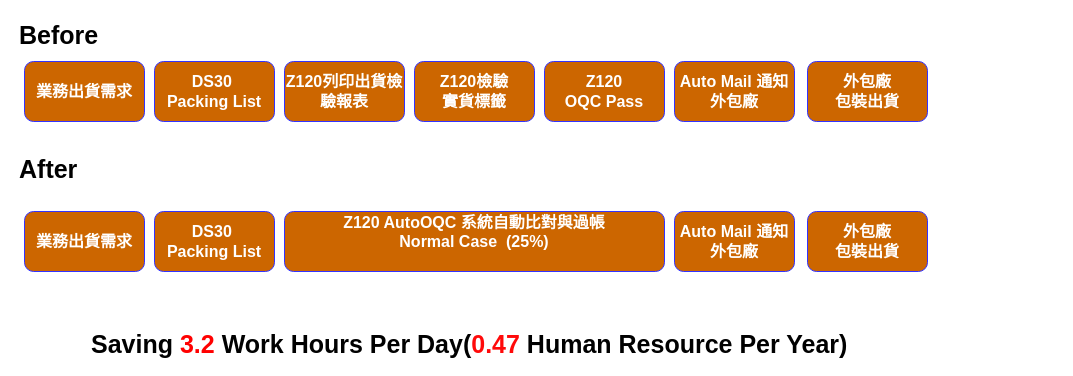
Earlier version of the draw.io diagram AUTOOQC_FLOW.drawio (Charles886/DrawIO). Source tidied: cells renumbered, new cells numbered last; positions are measured from the earlier drawing's top-left corner, leaving out a move shared by most shapes. Both pictures are drawn from the tidied source at 100%, with x=0, y=0 at pixel (17, 17).
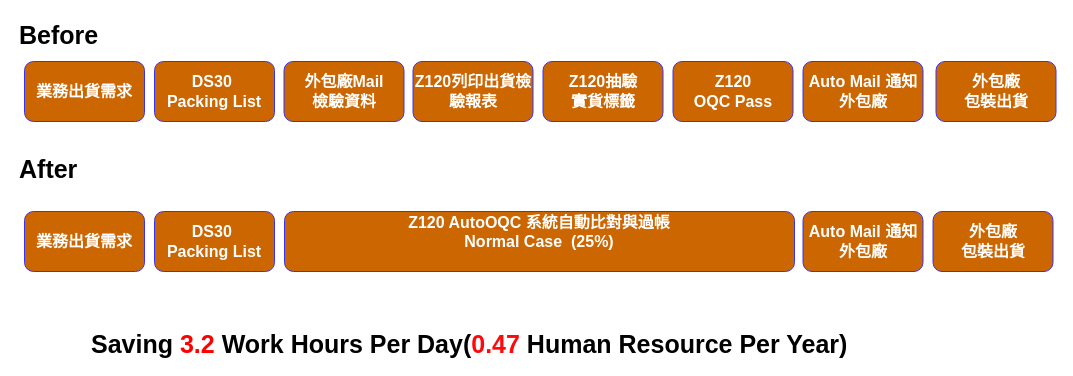
After the change.

Diff of the diagram source:
```diff
@@
 <mxGraphModel background="#ffffff">
   <root>
     <mxCell id="0" />
     <mxCell id="1" parent="0" />
     <mxCell id="2" value="&lt;font color=&quot;#ffffff&quot; style=&quot;font-size: 16px&quot;&gt;業務出貨需求&lt;/font&gt;" style="rounded=1;whiteSpace=wrap;html=1;strokeColor=#3333FF;fillColor=#CC6600;fontStyle=1;gradientColor=none;" parent="1" vertex="1">
       <mxGeometry x="7" y="44" width="120" height="60" as="geometry" />
     </mxCell>
     <mxCell id="3" value="&lt;font color=&quot;#ffffff&quot;&gt;&lt;span style=&quot;font-size: 16px&quot;&gt;DS30&amp;nbsp;&lt;br&gt;Packing List&lt;br&gt;&lt;/span&gt;&lt;/font&gt;" style="rounded=1;whiteSpace=wrap;html=1;strokeColor=#3333FF;fillColor=#CC6600;fontStyle=1;gradientColor=none;" parent="1" vertex="1">
       <mxGeometry x="137" y="44" width="120" height="60" as="geometry" />
     </mxCell>
     <mxCell id="4" value="&lt;span style=&quot;color: rgb(255 , 255 , 255) ; font-size: 16px&quot;&gt;Z120列印出貨檢驗報表&lt;/span&gt;" style="rounded=1;whiteSpace=wrap;html=1;strokeColor=#3333FF;fillColor=#CC6600;fontStyle=1;gradientColor=none;" parent="1" vertex="1">
-      <mxGeometry x="267" y="44" width="120" height="60" as="geometry" />
+      <mxGeometry x="395.5" y="44" width="120" height="60" as="geometry" />
     </mxCell>
     <mxCell id="5" value="Before" style="text;html=1;align=left;verticalAlign=top;spacingTop=-4;fontSize=25;fontStyle=1;fillColor=none;" parent="1" vertex="1">
       <mxGeometry width="50" height="20" as="geometry" />
     </mxCell>
     <mxCell id="6" value="After" style="text;html=1;align=left;verticalAlign=top;spacingTop=-4;fontSize=25;fontStyle=1;gradientColor=none;fillColor=none;" parent="1" vertex="1">
       <mxGeometry y="134" width="40" height="20" as="geometry" />
     </mxCell>
-    <mxCell id="7" value="&lt;span style=&quot;color: rgb(255 , 255 , 255) ; font-size: 16px&quot;&gt;Z120檢驗&lt;br&gt;實貨標籤&lt;/span&gt;" style="rounded=1;whiteSpace=wrap;html=1;strokeColor=#3333FF;fillColor=#CC6600;fontStyle=1;gradientColor=none;" parent="1" vertex="1">
-      <mxGeometry x="397" y="44" width="120" height="60" as="geometry" />
+    <mxCell id="7" value="&lt;span style=&quot;color: rgb(255 , 255 , 255) ; font-size: 16px&quot;&gt;Z120抽驗&lt;br&gt;實貨標籤&lt;/span&gt;" style="rounded=1;whiteSpace=wrap;html=1;strokeColor=#3333FF;fillColor=#CC6600;fontStyle=1;gradientColor=none;" parent="1" vertex="1">
+      <mxGeometry x="525.5" y="44" width="120" height="60" as="geometry" />
     </mxCell>
     <mxCell id="8" value="&lt;span style=&quot;color: rgb(255 , 255 , 255) ; font-size: 16px ; white-space: normal&quot;&gt;Z120&lt;br&gt;OQC Pass&lt;br&gt;&lt;/span&gt;" style="rounded=1;whiteSpace=wrap;html=1;strokeColor=#3333FF;fillColor=#CC6600;fontStyle=1;gradientColor=none;" parent="1" vertex="1">
-      <mxGeometry x="527" y="44" width="120" height="60" as="geometry" />
+      <mxGeometry x="655.5" y="44" width="120" height="60" as="geometry" />
     </mxCell>
     <mxCell id="9" value="&lt;font color=&quot;#ffffff&quot;&gt;&lt;span style=&quot;font-size: 16px&quot;&gt;Auto Mail 通知外包廠&lt;/span&gt;&lt;/font&gt;" style="rounded=1;whiteSpace=wrap;html=1;strokeColor=#3333FF;fillColor=#CC6600;fontStyle=1;gradientColor=none;" parent="1" vertex="1">
-      <mxGeometry x="657" y="44" width="120" height="60" as="geometry" />
+      <mxGeometry x="785.5" y="44" width="120" height="60" as="geometry" />
     </mxCell>
     <mxCell id="10" value="&lt;span style=&quot;color: rgb(255 , 255 , 255) ; font-size: 16px&quot;&gt;業務出貨需求&lt;/span&gt;" style="rounded=1;whiteSpace=wrap;html=1;strokeColor=#3333FF;fillColor=#CC6600;fontStyle=1;gradientColor=none;" parent="1" vertex="1">
       <mxGeometry x="7" y="194" width="120" height="60" as="geometry" />
     </mxCell>
     <mxCell id="11" value="&lt;font color=&quot;#ffffff&quot;&gt;&lt;span style=&quot;font-size: 16px&quot;&gt;DS30&amp;nbsp;&lt;br&gt;&lt;/span&gt;&lt;/font&gt;&lt;span style=&quot;color: rgb(255 , 255 , 255) ; font-size: 16px&quot;&gt;Packing List&lt;/span&gt;&lt;font color=&quot;#ffffff&quot;&gt;&lt;span style=&quot;font-size: 16px&quot;&gt;&lt;br&gt;&lt;/span&gt;&lt;/font&gt;" style="rounded=1;whiteSpace=wrap;html=1;strokeColor=#3333FF;fillColor=#CC6600;fontStyle=1;gradientColor=none;" parent="1" vertex="1">
       <mxGeometry x="137" y="194" width="120" height="60" as="geometry" />
     </mxCell>
     <mxCell id="12" value="&lt;span style=&quot;color: rgb(255 , 255 , 255) ; font-size: 16px ; white-space: normal&quot;&gt;Z120 AutoOQC &lt;/span&gt;&lt;span style=&quot;color: rgb(255 , 255 , 255) ; font-size: 16px&quot;&gt;系統自動比對與過帳&lt;/span&gt;&lt;span style=&quot;color: rgb(255 , 255 , 255) ; font-size: 16px ; white-space: normal&quot;&gt;&lt;br&gt;&lt;/span&gt;&lt;span style=&quot;color: rgb(255 , 255 , 255) ; font-size: 16px&quot;&gt;Normal Case&amp;nbsp;&amp;nbsp;&lt;/span&gt;&lt;span style=&quot;color: rgb(255 , 255 , 255) ; font-size: 16px ; white-space: normal&quot;&gt;(25%)&lt;br&gt;&lt;br&gt;&lt;/span&gt;" style="rounded=1;whiteSpace=wrap;html=1;strokeColor=#3333FF;fillColor=#CC6600;fontStyle=1;gradientColor=none;" parent="1" vertex="1">
-      <mxGeometry x="267" y="194" width="380" height="60" as="geometry" />
+      <mxGeometry x="267" y="194" width="510" height="60" as="geometry" />
     </mxCell>
     <mxCell id="13" value="&lt;span style=&quot;color: rgb(255 , 255 , 255) ; font-size: 16px&quot;&gt;Auto Mail 通知外包廠&lt;/span&gt;" style="rounded=1;whiteSpace=wrap;html=1;strokeColor=#3333FF;fillColor=#CC6600;fontStyle=1;gradientColor=none;" parent="1" vertex="1">
-      <mxGeometry x="657" y="194" width="120" height="60" as="geometry" />
+      <mxGeometry x="785.5" y="194" width="120" height="60" as="geometry" />
     </mxCell>
     <mxCell id="14" value="&lt;b&gt;Saving &lt;font color=&quot;#ff0000&quot;&gt;3.2&lt;/font&gt;&amp;nbsp;Work Hours Per Day(&lt;font color=&quot;#ff0a0a&quot;&gt;0.47&lt;/font&gt;&amp;nbsp;Human Resource Per Year)&amp;nbsp;&lt;/b&gt;" style="text;html=1;align=left;verticalAlign=top;spacingTop=-4;fontSize=25;" parent="1" vertex="1">
       <mxGeometry x="72" y="309" width="780" height="30" as="geometry" />
     </mxCell>
     <mxCell id="15" value="&lt;span style=&quot;color: rgb(255 , 255 , 255) ; font-size: 16px&quot;&gt;外包廠&lt;br&gt;包裝出貨&lt;/span&gt;" style="rounded=1;whiteSpace=wrap;html=1;strokeColor=#3333FF;fillColor=#CC6600;fontStyle=1;gradientColor=none;" parent="1" vertex="1">
-      <mxGeometry x="790" y="44" width="120" height="60" as="geometry" />
+      <mxGeometry x="918.5" y="44" width="120" height="60" as="geometry" />
     </mxCell>
     <mxCell id="16" value="&lt;span style=&quot;color: rgb(255 , 255 , 255) ; font-size: 16px&quot;&gt;外包廠&lt;/span&gt;&lt;br style=&quot;color: rgb(255 , 255 , 255) ; font-size: 16px&quot;&gt;&lt;span style=&quot;color: rgb(255 , 255 , 255) ; font-size: 16px&quot;&gt;包裝出貨&lt;/span&gt;" style="rounded=1;whiteSpace=wrap;html=1;strokeColor=#3333FF;fillColor=#CC6600;fontStyle=1;gradientColor=none;" parent="1" vertex="1">
-      <mxGeometry x="790" y="194" width="120" height="60" as="geometry" />
+      <mxGeometry x="915.5" y="194" width="120" height="60" as="geometry" />
     </mxCell>
+    <mxCell id="17" value="&lt;div&gt;&lt;font color=&quot;#ffffff&quot;&gt;&lt;span style=&quot;font-size: 16px&quot;&gt;外包廠Mail&lt;/span&gt;&lt;/font&gt;&lt;/div&gt;&lt;div&gt;&lt;font color=&quot;#ffffff&quot;&gt;&lt;span style=&quot;font-size: 16px&quot;&gt;檢驗資料&lt;/span&gt;&lt;/font&gt;&lt;/div&gt;" style="rounded=1;whiteSpace=wrap;html=1;strokeColor=#3333FF;fillColor=#CC6600;fontStyle=1;gradientColor=none;" parent="1" vertex="1">
+      <mxGeometry x="266.5" y="44" width="120" height="60" as="geometry" />
+    </mxCell>
   </root>
 </mxGraphModel>
```
